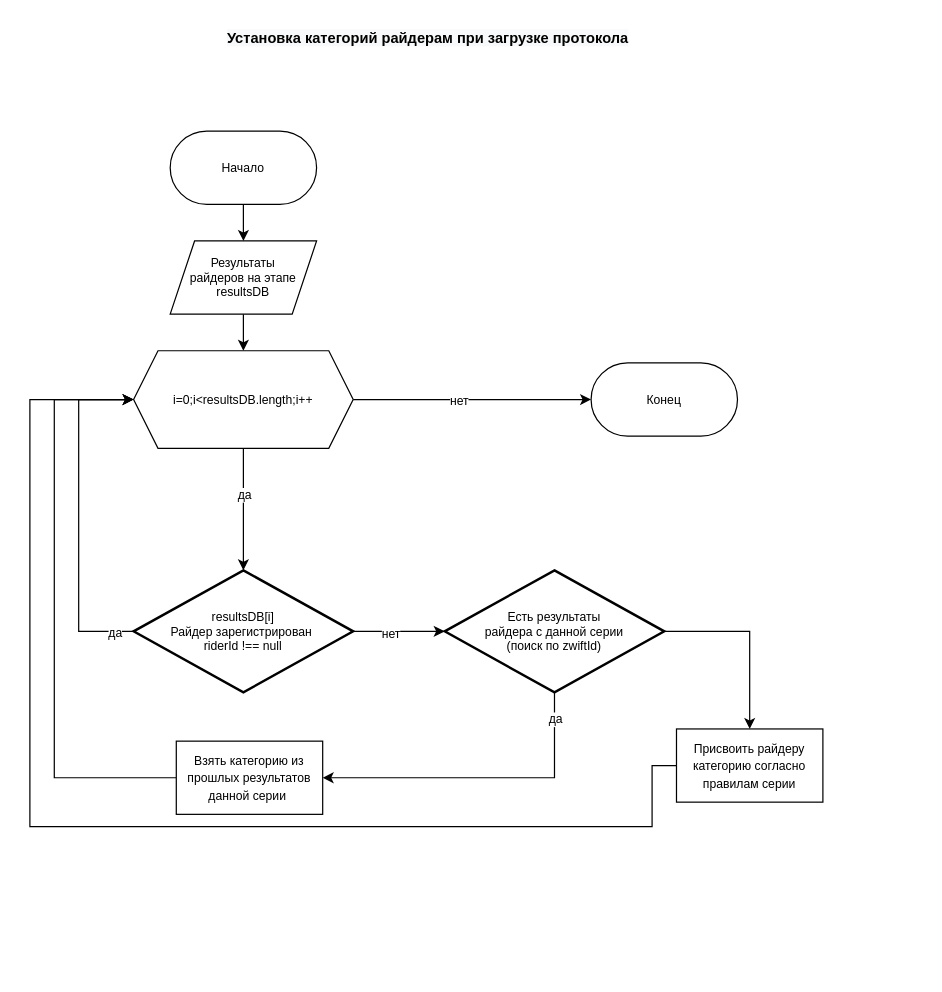
Above: page "Categories after download" (4 of 6) of documents/algorithms.drawio in caH40/bot_komon_v2 (draw.io), before the change. Source tidied: cells renumbered, new cells numbered last; positions are measured from the earlier drawing's top-left corner, leaving out a move shared by most shapes. Both pictures are drawn from the tidied source at 122%, with x=0, y=0 at pixel (29, 21).
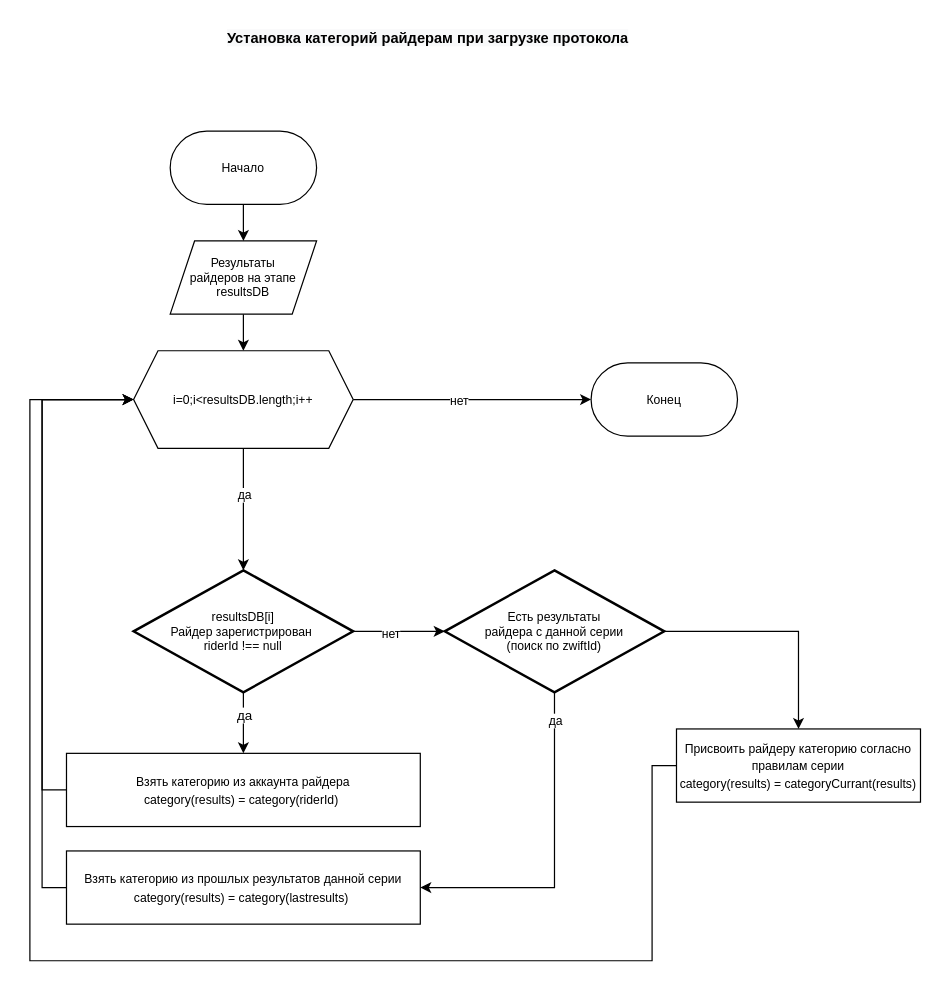
The same diagram, later.

Unchanged cells that the change refers to:
```xml
<mxCell id="6" value="resultsDB[i]&lt;br&gt;Райдер зарегистрирован&amp;nbsp;&lt;br style=&quot;font-size: 10px;&quot;&gt;riderId !== null" style="strokeWidth=2;html=1;shape=mxgraph.flowchart.decision;whiteSpace=wrap;verticalAlign=middle;fontSize=10;" parent="1" vertex="1">
  <mxGeometry x="85" y="450" width="180" height="100" as="geometry" />
</mxCell>
<mxCell id="15" value="Есть результаты &lt;br&gt;райдера с данной серии&lt;br&gt;(поиск по zwiftId)" style="strokeWidth=2;html=1;shape=mxgraph.flowchart.decision;whiteSpace=wrap;verticalAlign=middle;fontSize=10;" parent="1" vertex="1">
  <mxGeometry x="340" y="450" width="180" height="100" as="geometry" />
</mxCell>
<mxCell id="25" value="i=0;i&amp;lt;resultsDB.length;i++" style="shape=hexagon;perimeter=hexagonPerimeter2;whiteSpace=wrap;html=1;fixedSize=1;fontSize=10;" parent="1" vertex="1">
  <mxGeometry x="85" y="270" width="180" height="80" as="geometry" />
</mxCell>
```

What changed in the source:
```diff
@@
-    <mxCell id="2" style="edgeStyle=orthogonalEdgeStyle;rounded=0;jettySize=auto;html=1;entryX=0;entryY=0.5;entryDx=0;entryDy=0;fontSize=10;exitX=0;exitY=0.5;exitDx=0;exitDy=0;exitPerimeter=0;" parent="1" edge="1" source="6" target="25">
-      <mxGeometry relative="1" as="geometry">
-        <Array as="points">
-          <mxPoint x="40" y="500" />
-          <mxPoint x="40" y="310" />
-        </Array>
-      </mxGeometry>
-    </mxCell>
-    <mxCell id="3" value="да" style="edgeLabel;html=1;align=center;verticalAlign=middle;fontSize=10;" parent="2" vertex="1">
-      <mxGeometry x="-0.96" relative="1" as="geometry">
-        <mxPoint x="-10" as="offset" />
-      </mxGeometry>
-    </mxCell>
@@
+    <mxCell id="26" style="edgeStyle=orthogonalEdgeStyle;rounded=0;jettySize=auto;html=1;" parent="1" edge="1" source="6" target="28">
+      <mxGeometry relative="1" as="geometry" />
+    </mxCell>
+    <mxCell id="3" value="да" style="edgeLabel;html=1;align=center;verticalAlign=middle;" parent="26" vertex="1">
+      <mxGeometry x="-0.27" relative="1" as="geometry" />
+    </mxCell>
@@
     <mxCell id="12" style="edgeStyle=orthogonalEdgeStyle;rounded=0;jettySize=auto;html=1;entryX=1;entryY=0.5;entryDx=0;entryDy=0;fontSize=10;" parent="1" edge="1" source="15" target="18">
       <mxGeometry relative="1" as="geometry">
         <Array as="points">
-          <mxPoint x="430" y="620" />
+          <mxPoint x="430" y="710" />
         </Array>
       </mxGeometry>
     </mxCell>
@@
-    <mxCell id="17" style="edgeStyle=orthogonalEdgeStyle;rounded=0;jettySize=auto;html=1;entryX=0;entryY=0.5;entryDx=0;entryDy=0;fontSize=10;" parent="1" edge="1" source="18" target="25">
+    <mxCell id="17" style="edgeStyle=orthogonalEdgeStyle;rounded=0;jettySize=auto;html=1;entryX=0;entryY=0.5;entryDx=0;entryDy=0;fontSize=10;exitX=0;exitY=0.5;exitDx=0;exitDy=0;" parent="1" edge="1" source="18" target="25">
       <mxGeometry relative="1" as="geometry">
         <Array as="points">
-          <mxPoint x="20" y="620" />
-          <mxPoint x="20" y="310" />
+          <mxPoint x="10" y="710" />
+          <mxPoint x="10" y="310" />
         </Array>
       </mxGeometry>
     </mxCell>
-    <mxCell id="18" value="&lt;font style=&quot;font-size: 10px;&quot;&gt;Взять категорию из прошлых результатов данной серии&amp;nbsp;&lt;/font&gt;" style="rounded=0;whiteSpace=wrap;html=1;fontSize=12;" parent="1" vertex="1">
-      <mxGeometry x="120" y="590" width="120" height="60" as="geometry" />
+    <mxCell id="18" value="&lt;font style=&quot;font-size: 10px;&quot;&gt;Взять категорию из прошлых результатов данной серии&lt;br&gt;category(results) = category(lastresults)&amp;nbsp;&lt;/font&gt;" style="rounded=0;whiteSpace=wrap;html=1;fontSize=12;" parent="1" vertex="1">
+      <mxGeometry x="30" y="680" width="290" height="60" as="geometry" />
     </mxCell>
     <mxCell id="19" style="edgeStyle=orthogonalEdgeStyle;rounded=0;jettySize=auto;html=1;exitX=0;exitY=0.5;exitDx=0;exitDy=0;entryX=0;entryY=0.5;entryDx=0;entryDy=0;fontSize=10;" parent="1" edge="1" source="20" target="25">
       <mxGeometry relative="1" as="geometry">
         <Array as="points">
           <mxPoint x="510" y="610" />
-          <mxPoint x="510" y="660" />
-          <mxPoint y="660" />
+          <mxPoint x="510" y="770" />
+          <mxPoint y="770" />
           <mxPoint y="310" />
         </Array>
       </mxGeometry>
     </mxCell>
-    <mxCell id="20" value="&lt;font style=&quot;font-size: 10px;&quot;&gt;Присвоить райдеру категорию согласно правилам серии&lt;/font&gt;" style="rounded=0;whiteSpace=wrap;html=1;fontSize=12;" parent="1" vertex="1">
-      <mxGeometry x="530" y="580" width="120" height="60" as="geometry" />
+    <mxCell id="20" value="&lt;font style=&quot;font-size: 10px;&quot;&gt;Присвоить райдеру категорию согласно правилам серии&lt;br&gt;category(results) = categoryCurrant(results)&lt;br&gt;&lt;/font&gt;" style="rounded=0;whiteSpace=wrap;html=1;fontSize=12;" parent="1" vertex="1">
+      <mxGeometry x="530" y="580" width="200" height="60" as="geometry" />
     </mxCell>
@@
+    <mxCell id="27" style="edgeStyle=orthogonalEdgeStyle;rounded=0;jettySize=auto;html=1;exitX=0;exitY=0.5;exitDx=0;exitDy=0;entryX=0;entryY=0.5;entryDx=0;entryDy=0;" parent="1" edge="1" source="28" target="25">
+      <mxGeometry relative="1" as="geometry" />
+    </mxCell>
+    <mxCell id="28" value="&lt;font style=&quot;font-size: 10px;&quot;&gt;Взять категорию из аккаунта райдера&lt;br&gt;category(results) = category(riderId)&amp;nbsp;&lt;/font&gt;" style="rounded=0;whiteSpace=wrap;html=1;fontSize=12;" parent="1" vertex="1">
+      <mxGeometry x="30" y="600" width="290" height="60" as="geometry" />
+    </mxCell>
```
